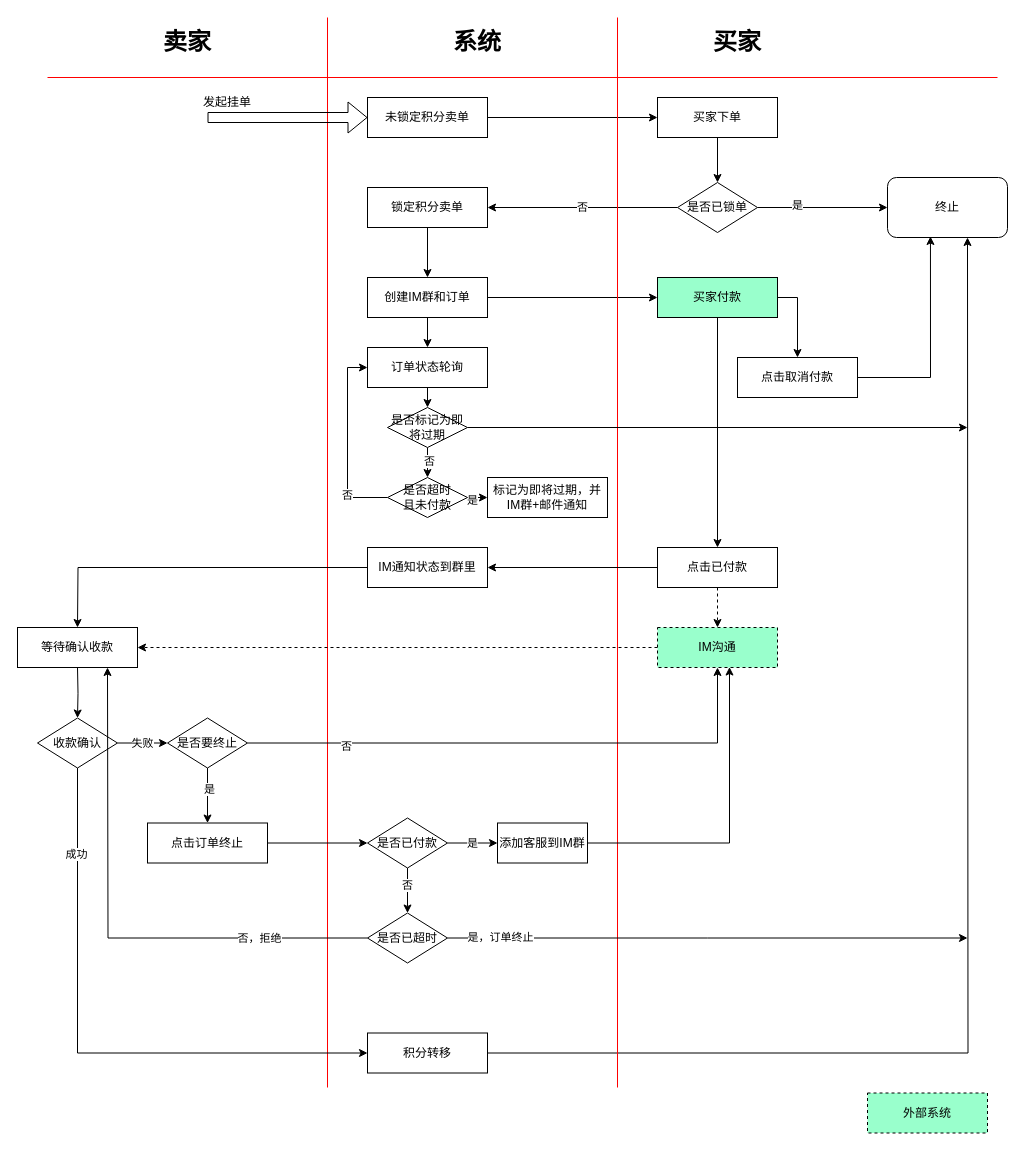
The draw.io diagram design/c2c.drawio in cqxx1990/game-box, before the edit. Source tidied: cells renumbered, new cells numbered last; positions are measured from the earlier drawing's top-left corner, leaving out a move shared by most shapes. Both pictures are drawn from the tidied source at 100%, with x=0, y=0 at pixel (17, 17).
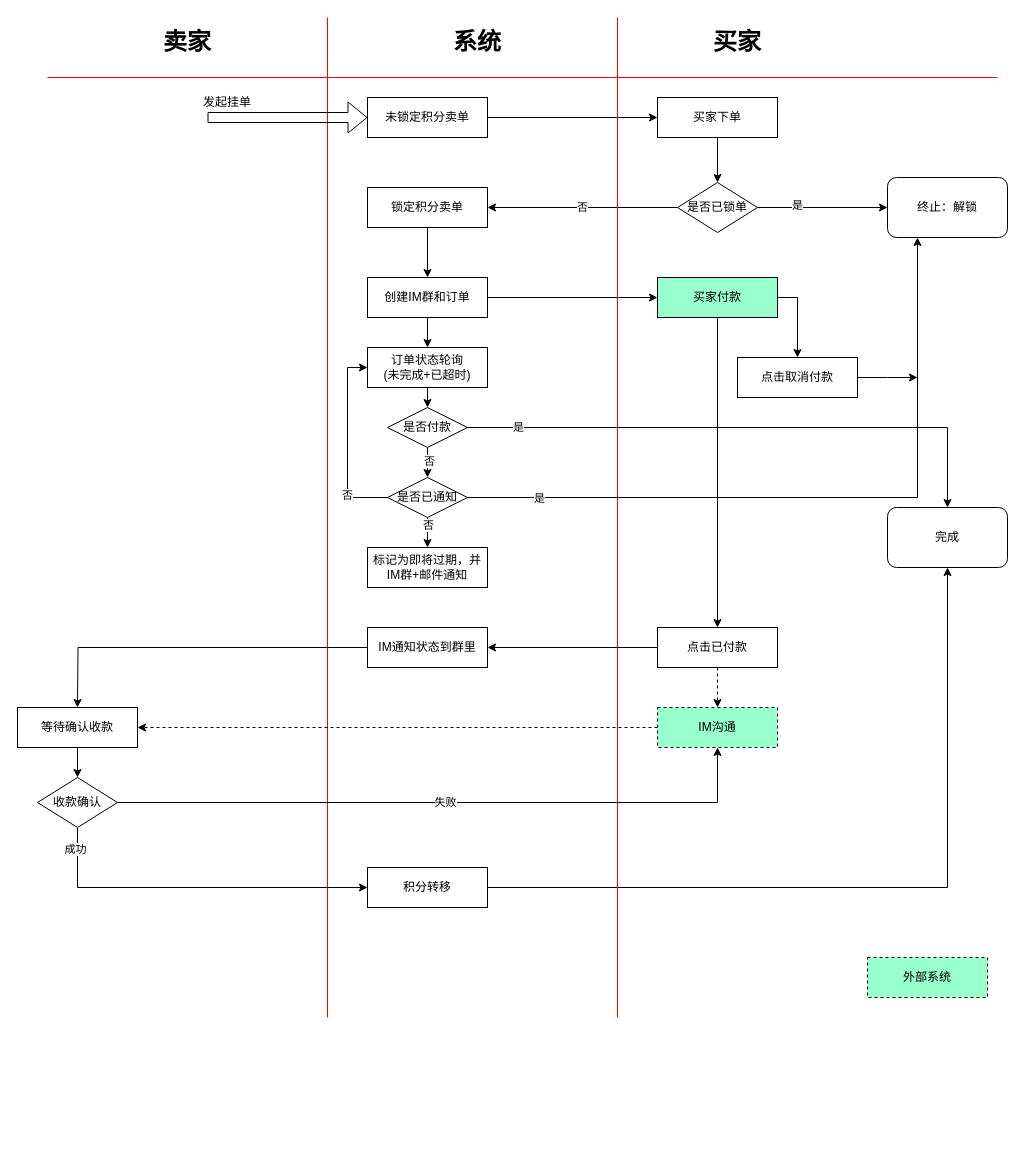
The same diagram, later.

Unchanged cells that the change refers to:
```xml
<mxCell id="3" value="未锁定积分卖单" style="rounded=0;whiteSpace=wrap;html=1;" parent="1" vertex="1">
  <mxGeometry x="350" y="80" width="120" height="40" as="geometry" />
</mxCell>
<mxCell id="17" value="点击取消付款" style="rounded=0;whiteSpace=wrap;html=1;" parent="1" vertex="1">
  <mxGeometry x="720" y="340" width="120" height="40" as="geometry" />
</mxCell>
```

The edit, as a diff of the source:
```diff
@@
-    <mxCell id="12" value="终止" style="rounded=1;whiteSpace=wrap;html=1;" parent="1" vertex="1">
+    <mxCell id="12" value="终止：解锁" style="rounded=1;whiteSpace=wrap;html=1;" parent="1" vertex="1">
       <mxGeometry x="870" y="160" width="120" height="60" as="geometry" />
     </mxCell>
@@
-    <mxCell id="16" style="edgeStyle=orthogonalEdgeStyle;rounded=0;jettySize=auto;html=1;exitX=1;exitY=0.5;exitDx=0;exitDy=0;entryX=0.5;entryY=1;entryDx=0;entryDy=0;" parent="1" edge="1" source="40">
-      <mxGeometry relative="1" as="geometry">
-        <mxPoint x="950" y="220" as="targetPoint" />
-      </mxGeometry>
+    <mxCell id="16" style="edgeStyle=orthogonalEdgeStyle;rounded=0;jettySize=auto;html=1;exitX=1;exitY=0.5;exitDx=0;exitDy=0;entryX=0.5;entryY=1;entryDx=0;entryDy=0;" parent="1" edge="1" source="40" target="82">
+      <mxGeometry relative="1" as="geometry" />
     </mxCell>
+    <mxCell id="76" style="edgeStyle=orthogonalEdgeStyle;rounded=0;jettySize=auto;html=1;exitX=1;exitY=0.5;exitDx=0;exitDy=0;" parent="1" edge="1" source="17">
+      <mxGeometry relative="1" as="geometry">
+        <mxPoint x="900" y="360" as="targetPoint" />
+      </mxGeometry>
+    </mxCell>
@@
-    <mxCell id="18" style="edgeStyle=orthogonalEdgeStyle;rounded=0;jettySize=auto;html=1;exitX=1;exitY=0.5;exitDx=0;exitDy=0;entryX=0.358;entryY=0.983;entryDx=0;entryDy=0;entryPerimeter=0;" parent="1" edge="1" source="17" target="12">
-      <mxGeometry relative="1" as="geometry" />
-    </mxCell>
@@
     <mxCell id="22" style="endArrow=none;html=1;rounded=0;strokeColor=#FF0000;" parent="1" edge="1">
       <mxGeometry relative="1" as="geometry">
-        <mxPoint x="310" y="1070" as="sourcePoint" />
+        <mxPoint x="310" y="1000" as="sourcePoint" />
         <mxPoint x="310" as="targetPoint" />
       </mxGeometry>
     </mxCell>
     <mxCell id="23" style="endArrow=none;html=1;rounded=0;strokeColor=#FF0000;" parent="1" edge="1">
       <mxGeometry relative="1" as="geometry">
-        <mxPoint x="600" y="1070" as="sourcePoint" />
+        <mxPoint x="600" y="1000" as="sourcePoint" />
         <mxPoint x="600" as="targetPoint" />
       </mxGeometry>
     </mxCell>
@@
-    <mxCell id="29" value="订单状态轮询" style="rounded=0;whiteSpace=wrap;html=1;" parent="1" vertex="1">
+    <mxCell id="29" value="订单状态轮询&lt;div&gt;(未完成+已超时)&lt;/div&gt;" style="rounded=0;whiteSpace=wrap;html=1;" parent="1" vertex="1">
       <mxGeometry x="350" y="330" width="120" height="40" as="geometry" />
     </mxCell>
@@
-    <mxCell id="32" style="edgeStyle=orthogonalEdgeStyle;rounded=0;jettySize=auto;html=1;exitX=1;exitY=0.5;exitDx=0;exitDy=0;entryX=0;entryY=0.5;entryDx=0;entryDy=0;" parent="1" edge="1" source="34" target="73">
-      <mxGeometry relative="1" as="geometry" />
-    </mxCell>
-    <mxCell id="33" value="是" style="edgeLabel;html=1;align=center;verticalAlign=middle;" parent="32" vertex="1">
-      <mxGeometry x="-0.6" y="-1" relative="1" as="geometry">
-        <mxPoint y="1" as="offset" />
-      </mxGeometry>
-    </mxCell>
+    <mxCell id="77" style="edgeStyle=orthogonalEdgeStyle;rounded=0;jettySize=auto;html=1;exitX=0.5;exitY=1;exitDx=0;exitDy=0;entryX=0.5;entryY=0;entryDx=0;entryDy=0;" parent="1" edge="1" source="34">
+      <mxGeometry relative="1" as="geometry">
+        <mxPoint x="410" y="530" as="targetPoint" />
+      </mxGeometry>
+    </mxCell>
+    <mxCell id="78" value="否" style="edgeLabel;html=1;align=center;verticalAlign=middle;" parent="77" vertex="1">
+      <mxGeometry x="-0.57" relative="1" as="geometry">
+        <mxPoint y="1" as="offset" />
+      </mxGeometry>
+    </mxCell>
+    <mxCell id="79" style="edgeStyle=orthogonalEdgeStyle;rounded=0;jettySize=auto;html=1;exitX=1;exitY=0.5;exitDx=0;exitDy=0;entryX=0.25;entryY=1;entryDx=0;entryDy=0;" parent="1" edge="1" source="34" target="12">
+      <mxGeometry relative="1" as="geometry" />
+    </mxCell>
+    <mxCell id="80" value="是" style="edgeLabel;html=1;align=center;verticalAlign=middle;" parent="79" vertex="1">
+      <mxGeometry x="-0.8" y="1" relative="1" as="geometry">
+        <mxPoint y="1" as="offset" />
+      </mxGeometry>
+    </mxCell>
-    <mxCell id="34" value="是否超时&lt;div&gt;且未付款&lt;/div&gt;" style="rhombus;whiteSpace=wrap;html=1;" parent="1" vertex="1">
+    <mxCell id="34" value="是否已通知" style="rhombus;whiteSpace=wrap;html=1;" parent="1" vertex="1">
       <mxGeometry x="370" y="460" width="80" height="40" as="geometry" />
     </mxCell>
-    <mxCell id="35" style="group;" parent="1" vertex="1">
-      <mxGeometry y="530" width="970" height="585.5" as="geometry" />
-    </mxCell>
+    <mxCell id="69" style="edgeStyle=orthogonalEdgeStyle;rounded=0;jettySize=auto;html=1;exitX=0.5;exitY=1;exitDx=0;exitDy=0;entryX=0.5;entryY=0;entryDx=0;entryDy=0;" parent="1" edge="1" source="72" target="34">
+      <mxGeometry relative="1" as="geometry" />
+    </mxCell>
+    <mxCell id="70" value="否" style="edgeLabel;html=1;align=center;verticalAlign=middle;" parent="69" vertex="1">
+      <mxGeometry x="-0.17" y="1" relative="1" as="geometry">
+        <mxPoint y="1" as="offset" />
+      </mxGeometry>
+    </mxCell>
+    <mxCell id="71" style="edgeStyle=orthogonalEdgeStyle;rounded=0;jettySize=auto;html=1;exitX=1;exitY=0.5;exitDx=0;exitDy=0;entryX=0.5;entryY=0;entryDx=0;entryDy=0;" parent="1" edge="1" source="72" target="82">
+      <mxGeometry relative="1" as="geometry" />
+    </mxCell>
+    <mxCell id="81" value="是" style="edgeLabel;html=1;align=center;verticalAlign=middle;" parent="71" vertex="1">
+      <mxGeometry x="-0.82" y="2" relative="1" as="geometry">
+        <mxPoint y="1" as="offset" />
+      </mxGeometry>
+    </mxCell>
+    <mxCell id="72" value="是否付款" style="rhombus;whiteSpace=wrap;html=1;" parent="1" vertex="1">
+      <mxGeometry x="370" y="390" width="80" height="40" as="geometry" />
+    </mxCell>
+    <mxCell id="73" value="标记为即将过期，并IM群+邮件通知" style="rounded=0;whiteSpace=wrap;html=1;" parent="1" vertex="1">
+      <mxGeometry x="350" y="530" width="120" height="40" as="geometry" />
+    </mxCell>
+    <mxCell id="74" style="shape=flexArrow;endArrow=classic;html=1;rounded=0;entryX=0;entryY=0.5;entryDx=0;entryDy=0;" parent="1" edge="1" target="3">
+      <mxGeometry relative="1" as="geometry">
+        <mxPoint x="190" y="100" as="sourcePoint" />
+      </mxGeometry>
+    </mxCell>
+    <mxCell id="75" value="发起挂单" style="text;html=1;align=center;verticalAlign=middle;whiteSpace=wrap;rounded=0;" parent="1" vertex="1">
+      <mxGeometry x="180" y="70" width="60" height="30" as="geometry" />
+    </mxCell>
-    <mxCell id="36" style="edgeStyle=orthogonalEdgeStyle;rounded=0;jettySize=auto;html=1;exitX=0;exitY=0.5;exitDx=0;exitDy=0;entryX=1;entryY=0.5;entryDx=0;entryDy=0;dashed=1;" parent="35" edge="1" source="37">
+    <mxCell id="36" style="edgeStyle=orthogonalEdgeStyle;rounded=0;jettySize=auto;html=1;exitX=0;exitY=0.5;exitDx=0;exitDy=0;entryX=1;entryY=0.5;entryDx=0;entryDy=0;dashed=1;" parent="1" edge="1" source="37">
       <mxGeometry relative="1" as="geometry">
-        <mxPoint x="120" y="100" as="targetPoint" />
+        <mxPoint x="120" y="710" as="targetPoint" />
       </mxGeometry>
     </mxCell>
-    <mxCell id="37" value="IM沟通" style="rounded=0;whiteSpace=wrap;html=1;fillColor=#99FFCC;dashed=1;" parent="35" vertex="1">
-      <mxGeometry x="640" y="80" width="120" height="40" as="geometry" />
+    <mxCell id="37" value="IM沟通" style="rounded=0;whiteSpace=wrap;html=1;fillColor=#99FFCC;dashed=1;" parent="1" vertex="1">
+      <mxGeometry x="640" y="690" width="120" height="40" as="geometry" />
     </mxCell>
-    <mxCell id="38" style="edgeStyle=orthogonalEdgeStyle;rounded=0;jettySize=auto;html=1;exitX=0.5;exitY=1;exitDx=0;exitDy=0;entryX=0;entryY=0.5;entryDx=0;entryDy=0;" parent="35" edge="1" target="49">
+    <mxCell id="38" style="edgeStyle=orthogonalEdgeStyle;rounded=0;jettySize=auto;html=1;exitX=0.5;exitY=1;exitDx=0;exitDy=0;entryX=0;entryY=0.5;entryDx=0;entryDy=0;" parent="1" edge="1" target="49">
       <mxGeometry relative="1" as="geometry">
-        <mxPoint x="60" y="120" as="sourcePoint" />
+        <mxPoint x="60" y="730" as="sourcePoint" />
       </mxGeometry>
     </mxCell>
-    <mxCell id="39" value="等待确认收款" style="rounded=0;whiteSpace=wrap;html=1;" parent="35" vertex="1">
-      <mxGeometry y="80" width="120" height="40" as="geometry" />
+    <mxCell id="39" value="等待确认收款" style="rounded=0;whiteSpace=wrap;html=1;" parent="1" vertex="1">
+      <mxGeometry y="690" width="120" height="40" as="geometry" />
     </mxCell>
-    <mxCell id="40" value="积分转移" style="rounded=0;whiteSpace=wrap;html=1;" parent="35" vertex="1">
-      <mxGeometry x="350" y="485.5" width="120" height="40" as="geometry" />
+    <mxCell id="40" value="积分转移" style="rounded=0;whiteSpace=wrap;html=1;" parent="1" vertex="1">
+      <mxGeometry x="350" y="850" width="120" height="40" as="geometry" />
     </mxCell>
-    <mxCell id="41" style="edgeStyle=orthogonalEdgeStyle;rounded=0;jettySize=auto;html=1;exitX=0;exitY=0.5;exitDx=0;exitDy=0;entryX=1;entryY=0.5;entryDx=0;entryDy=0;" parent="35" edge="1" source="43" target="45">
+    <mxCell id="41" style="edgeStyle=orthogonalEdgeStyle;rounded=0;jettySize=auto;html=1;exitX=0;exitY=0.5;exitDx=0;exitDy=0;entryX=1;entryY=0.5;entryDx=0;entryDy=0;" parent="1" edge="1" source="43" target="45">
       <mxGeometry relative="1" as="geometry" />
     </mxCell>
-    <mxCell id="42" style="edgeStyle=orthogonalEdgeStyle;rounded=0;jettySize=auto;html=1;exitX=0.5;exitY=1;exitDx=0;exitDy=0;entryX=0.5;entryY=0;entryDx=0;entryDy=0;dashed=1;" parent="35" edge="1" source="43" target="37">
+    <mxCell id="42" style="edgeStyle=orthogonalEdgeStyle;rounded=0;jettySize=auto;html=1;exitX=0.5;exitY=1;exitDx=0;exitDy=0;entryX=0.5;entryY=0;entryDx=0;entryDy=0;dashed=1;" parent="1" edge="1" source="43" target="37">
       <mxGeometry relative="1" as="geometry" />
     </mxCell>
-    <mxCell id="43" value="点击已付款" style="rounded=0;whiteSpace=wrap;html=1;" parent="35" vertex="1">
-      <mxGeometry x="640" width="120" height="40" as="geometry" />
+    <mxCell id="43" value="点击已付款" style="rounded=0;whiteSpace=wrap;html=1;" parent="1" vertex="1">
+      <mxGeometry x="640" y="610" width="120" height="40" as="geometry" />
     </mxCell>
-    <mxCell id="44" style="edgeStyle=orthogonalEdgeStyle;rounded=0;jettySize=auto;html=1;exitX=0;exitY=0.5;exitDx=0;exitDy=0;entryX=0.5;entryY=0;entryDx=0;entryDy=0;" parent="35" edge="1" source="45">
+    <mxCell id="44" style="edgeStyle=orthogonalEdgeStyle;rounded=0;jettySize=auto;html=1;exitX=0;exitY=0.5;exitDx=0;exitDy=0;entryX=0.5;entryY=0;entryDx=0;entryDy=0;" parent="1" edge="1" source="45">
       <mxGeometry relative="1" as="geometry">
-        <mxPoint x="60" y="80" as="targetPoint" />
+        <mxPoint x="60" y="690" as="targetPoint" />
       </mxGeometry>
     </mxCell>
-    <mxCell id="45" value="IM通知状态到群里" style="rounded=0;whiteSpace=wrap;html=1;" parent="35" vertex="1">
-      <mxGeometry x="350" width="120" height="40" as="geometry" />
+    <mxCell id="45" value="IM通知状态到群里" style="rounded=0;whiteSpace=wrap;html=1;" parent="1" vertex="1">
+      <mxGeometry x="350" y="610" width="120" height="40" as="geometry" />
     </mxCell>
-    <mxCell id="46" style="edgeStyle=orthogonalEdgeStyle;rounded=0;jettySize=auto;html=1;exitX=1;exitY=0.5;exitDx=0;exitDy=0;entryX=0;entryY=0.5;entryDx=0;entryDy=0;" parent="35" edge="1" source="49" target="40">
+    <mxCell id="46" style="edgeStyle=orthogonalEdgeStyle;rounded=0;jettySize=auto;html=1;exitX=1;exitY=0.5;exitDx=0;exitDy=0;entryX=0;entryY=0.5;entryDx=0;entryDy=0;" parent="1" edge="1" source="49" target="40">
       <mxGeometry relative="1" as="geometry" />
     </mxCell>
     <mxCell id="47" value="成功" style="edgeLabel;html=1;align=center;verticalAlign=middle;" parent="46" vertex="1">
-      <mxGeometry x="-0.7" y="-2" relative="1" as="geometry" />
+      <mxGeometry x="-0.7" y="-2" relative="1" as="geometry">
+        <mxPoint x="-1" y="-32" as="offset" />
+      </mxGeometry>
     </mxCell>
-    <mxCell id="48" value="失败" style="edgeStyle=orthogonalEdgeStyle;rounded=0;jettySize=auto;html=1;exitX=0.5;exitY=0;exitDx=0;exitDy=0;entryX=0.5;entryY=1;entryDx=0;entryDy=0;" parent="35" edge="1" source="49" target="54">
+    <mxCell id="48" value="失败" style="edgeStyle=orthogonalEdgeStyle;rounded=0;jettySize=auto;html=1;exitX=0.5;exitY=0;exitDx=0;exitDy=0;entryX=0.5;entryY=1;entryDx=0;entryDy=0;" parent="1" edge="1" source="49" target="37">
       <mxGeometry relative="1" as="geometry" />
     </mxCell>
-    <mxCell id="49" value="收款确认" style="rhombus;whiteSpace=wrap;html=1;direction=south;" parent="35" vertex="1">
-      <mxGeometry x="20" y="170.5" width="80" height="50" as="geometry" />
+    <mxCell id="49" value="收款确认" style="rhombus;whiteSpace=wrap;html=1;direction=south;" parent="1" vertex="1">
+      <mxGeometry x="20" y="760" width="80" height="50" as="geometry" />
     </mxCell>
-    <mxCell id="50" style="edgeStyle=orthogonalEdgeStyle;rounded=0;jettySize=auto;html=1;exitX=0.5;exitY=0;exitDx=0;exitDy=0;entryX=0.5;entryY=1;entryDx=0;entryDy=0;" parent="35" edge="1" source="54" target="37">
-      <mxGeometry relative="1" as="geometry" />
-    </mxCell>
-    <mxCell id="51" value="否" style="edgeLabel;html=1;align=center;verticalAlign=middle;" parent="50" vertex="1">
-      <mxGeometry x="-0.64" y="-3" relative="1" as="geometry" />
-    </mxCell>
-    <mxCell id="52" style="edgeStyle=orthogonalEdgeStyle;rounded=0;jettySize=auto;html=1;exitX=1;exitY=0.5;exitDx=0;exitDy=0;entryX=0.5;entryY=0;entryDx=0;entryDy=0;" parent="35" edge="1" source="54" target="56">
-      <mxGeometry relative="1" as="geometry" />
-    </mxCell>
-    <mxCell id="53" value="是" style="edgeLabel;html=1;align=center;verticalAlign=middle;" parent="52" vertex="1">
-      <mxGeometry x="-0.25" y="1" relative="1" as="geometry" />
-    </mxCell>
-    <mxCell id="54" value="是否要终止" style="rhombus;whiteSpace=wrap;html=1;direction=south;" parent="35" vertex="1">
-      <mxGeometry x="150" y="170.5" width="80" height="50" as="geometry" />
-    </mxCell>
-    <mxCell id="55" style="edgeStyle=orthogonalEdgeStyle;rounded=0;jettySize=auto;html=1;exitX=1;exitY=0.5;exitDx=0;exitDy=0;entryX=0.5;entryY=1;entryDx=0;entryDy=0;" parent="35" edge="1" source="56" target="60">
-      <mxGeometry relative="1" as="geometry" />
-    </mxCell>
-    <mxCell id="56" value="点击订单终止" style="rounded=0;whiteSpace=wrap;html=1;" parent="35" vertex="1">
-      <mxGeometry x="130" y="275.5" width="120" height="40" as="geometry" />
-    </mxCell>
-    <mxCell id="57" style="edgeStyle=orthogonalEdgeStyle;rounded=0;jettySize=auto;html=1;exitX=1;exitY=0.5;exitDx=0;exitDy=0;entryX=0;entryY=0.5;entryDx=0;entryDy=0;" parent="35" edge="1" source="60" target="65">
-      <mxGeometry relative="1" as="geometry" />
-    </mxCell>
-    <mxCell id="58" value="否" style="edgeLabel;html=1;align=center;verticalAlign=middle;" parent="57" vertex="1">
-      <mxGeometry x="-0.24" y="-1" relative="1" as="geometry" />
-    </mxCell>
-    <mxCell id="59" value="是" style="edgeStyle=orthogonalEdgeStyle;rounded=0;jettySize=auto;html=1;exitX=0.5;exitY=0;exitDx=0;exitDy=0;entryX=0;entryY=0.5;entryDx=0;entryDy=0;" parent="35" edge="1" source="60" target="66">
-      <mxGeometry relative="1" as="geometry" />
-    </mxCell>
-    <mxCell id="60" value="是否已付款" style="rhombus;whiteSpace=wrap;html=1;direction=south;" parent="35" vertex="1">
-      <mxGeometry x="350" y="270.5" width="80" height="50" as="geometry" />
-    </mxCell>
-    <mxCell id="61" style="edgeStyle=orthogonalEdgeStyle;rounded=0;jettySize=auto;html=1;exitX=0.5;exitY=0;exitDx=0;exitDy=0;" parent="35" edge="1" source="65">
-      <mxGeometry relative="1" as="geometry">
-        <mxPoint x="950" y="390.5" as="targetPoint" />
-      </mxGeometry>
-    </mxCell>
-    <mxCell id="62" value="是，订单终止" style="edgeLabel;html=1;align=center;verticalAlign=middle;" parent="61" vertex="1">
-      <mxGeometry x="-0.8" y="1" relative="1" as="geometry" />
-    </mxCell>
-    <mxCell id="63" style="edgeStyle=orthogonalEdgeStyle;rounded=0;jettySize=auto;html=1;exitX=0.5;exitY=1;exitDx=0;exitDy=0;entryX=0.75;entryY=1;entryDx=0;entryDy=0;" parent="35" edge="1" source="65">
-      <mxGeometry relative="1" as="geometry">
-        <mxPoint x="90" y="120" as="targetPoint" />
-      </mxGeometry>
-    </mxCell>
-    <mxCell id="64" value="否，拒绝" style="edgeLabel;html=1;align=center;verticalAlign=middle;" parent="63" vertex="1">
-      <mxGeometry x="-0.59" relative="1" as="geometry" />
-    </mxCell>
-    <mxCell id="65" value="是否已超时" style="rhombus;whiteSpace=wrap;html=1;direction=south;" parent="35" vertex="1">
-      <mxGeometry x="350" y="365.5" width="80" height="50" as="geometry" />
-    </mxCell>
-    <mxCell id="66" value="添加客服到IM群" style="rounded=0;whiteSpace=wrap;html=1;" parent="35" vertex="1">
-      <mxGeometry x="480" y="275.5" width="90" height="40" as="geometry" />
-    </mxCell>
-    <mxCell id="67" style="edgeStyle=orthogonalEdgeStyle;rounded=0;jettySize=auto;html=1;exitX=1;exitY=0.5;exitDx=0;exitDy=0;entryX=0.6;entryY=0.988;entryDx=0;entryDy=0;entryPerimeter=0;" parent="35" edge="1" source="66" target="37">
-      <mxGeometry relative="1" as="geometry" />
-    </mxCell>
-    <mxCell id="68" value="外部系统" style="rounded=0;whiteSpace=wrap;html=1;fillColor=#99FFCC;dashed=1;" parent="35" vertex="1">
-      <mxGeometry x="850" y="545.5" width="120" height="40" as="geometry" />
+    <mxCell id="68" value="外部系统" style="rounded=0;whiteSpace=wrap;html=1;fillColor=#99FFCC;dashed=1;" parent="1" vertex="1">
+      <mxGeometry x="850" y="940" width="120" height="40" as="geometry" />
     </mxCell>
-    <mxCell id="69" style="edgeStyle=orthogonalEdgeStyle;rounded=0;jettySize=auto;html=1;exitX=0.5;exitY=1;exitDx=0;exitDy=0;entryX=0.5;entryY=0;entryDx=0;entryDy=0;" parent="1" edge="1" source="72" target="34">
-      <mxGeometry relative="1" as="geometry" />
-    </mxCell>
-    <mxCell id="70" value="否" style="edgeLabel;html=1;align=center;verticalAlign=middle;" parent="69" vertex="1">
-      <mxGeometry x="-0.17" y="1" relative="1" as="geometry">
-        <mxPoint y="1" as="offset" />
-      </mxGeometry>
-    </mxCell>
-    <mxCell id="71" style="edgeStyle=orthogonalEdgeStyle;rounded=0;jettySize=auto;html=1;exitX=1;exitY=0.5;exitDx=0;exitDy=0;" parent="1" edge="1" source="72">
-      <mxGeometry relative="1" as="geometry">
-        <mxPoint x="950" y="410" as="targetPoint" />
-      </mxGeometry>
-    </mxCell>
-    <mxCell id="72" value="是否标记为即将过期" style="rhombus;whiteSpace=wrap;html=1;" parent="1" vertex="1">
-      <mxGeometry x="370" y="390" width="80" height="40" as="geometry" />
-    </mxCell>
-    <mxCell id="73" value="标记为即将过期，并IM群+邮件通知" style="rounded=0;whiteSpace=wrap;html=1;" parent="1" vertex="1">
-      <mxGeometry x="470" y="460" width="120" height="40" as="geometry" />
-    </mxCell>
-    <mxCell id="74" style="shape=flexArrow;endArrow=classic;html=1;rounded=0;entryX=0;entryY=0.5;entryDx=0;entryDy=0;" parent="1" edge="1" target="3">
-      <mxGeometry relative="1" as="geometry">
-        <mxPoint x="190" y="100" as="sourcePoint" />
-      </mxGeometry>
-    </mxCell>
-    <mxCell id="75" value="发起挂单" style="text;html=1;align=center;verticalAlign=middle;whiteSpace=wrap;rounded=0;" parent="1" vertex="1">
-      <mxGeometry x="180" y="70" width="60" height="30" as="geometry" />
-    </mxCell>
+    <mxCell id="82" value="完成" style="rounded=1;whiteSpace=wrap;html=1;" parent="1" vertex="1">
+      <mxGeometry x="870" y="490" width="120" height="60" as="geometry" />
+    </mxCell>
```
